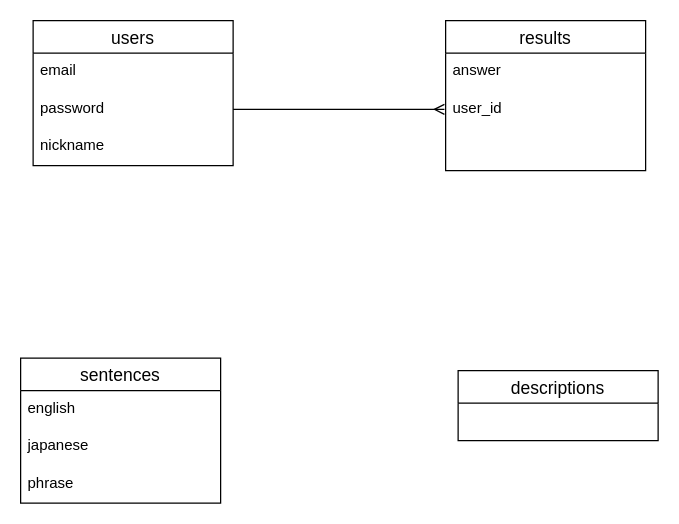
This is er_graphic.dio from yuta-git/flash_practice, a draw.io file, before an edit. Source tidied: cells renumbered, new cells numbered last; positions are measured from the earlier drawing's top-left corner, leaving out a move shared by most shapes. Both pictures are drawn from the tidied source at 125%, with x=0, y=0 at pixel (20, 20).
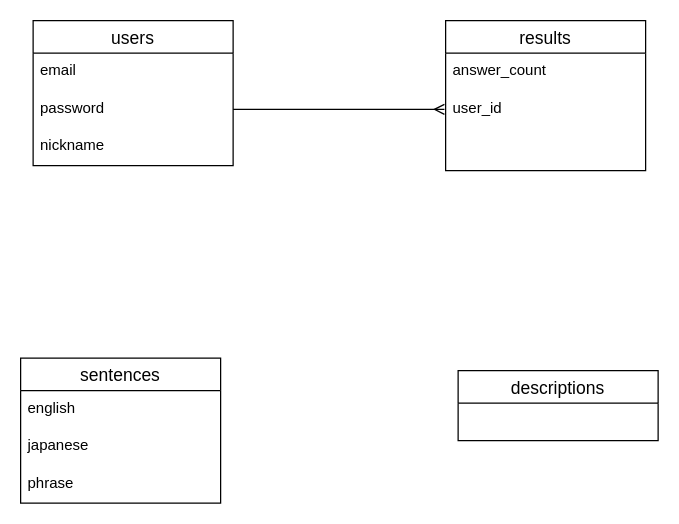
The same page after the edit.

Diff of the diagram source:
```diff
@@
 <mxGraphModel>
   <root>
     <mxCell id="0" />
     <mxCell id="1" parent="0" />
     <mxCell id="2" value="users" style="swimlane;fontStyle=0;horizontal=1;startSize=26;align=center;fontSize=14;" parent="1" vertex="1">
       <mxGeometry x="10" width="160" height="116" as="geometry" />
     </mxCell>
     <mxCell id="3" value="email&#10;&#10;" style="text;strokeColor=none;fillColor=none;spacingLeft=4;spacingRight=4;overflow=hidden;fontSize=12;" parent="2" vertex="1">
       <mxGeometry y="26" width="160" height="30" as="geometry" />
     </mxCell>
     <mxCell id="4" value="password" style="text;strokeColor=none;fillColor=none;spacingLeft=4;spacingRight=4;overflow=hidden;points=[[0,0.5],[1,0.5]];portConstraint=eastwest;fontSize=12;" parent="2" vertex="1">
       <mxGeometry y="56" width="160" height="30" as="geometry" />
     </mxCell>
     <mxCell id="5" value="nickname" style="text;strokeColor=none;fillColor=none;spacingLeft=4;spacingRight=4;overflow=hidden;fontSize=12;" parent="2" vertex="1">
       <mxGeometry y="86" width="160" height="30" as="geometry" />
     </mxCell>
     <mxCell id="6" value="results" style="swimlane;fontStyle=0;horizontal=1;startSize=26;align=center;fontSize=14;" parent="1" vertex="1">
       <mxGeometry x="340" width="160" height="120" as="geometry" />
     </mxCell>
-    <mxCell id="7" value="answer" style="text;strokeColor=none;fillColor=none;spacingLeft=4;spacingRight=4;overflow=hidden;fontSize=12;" parent="6" vertex="1">
+    <mxCell id="7" value="answer_count" style="text;strokeColor=none;fillColor=none;spacingLeft=4;spacingRight=4;overflow=hidden;fontSize=12;" parent="6" vertex="1">
       <mxGeometry y="26" width="160" height="30" as="geometry" />
     </mxCell>
     <mxCell id="8" value="user_id" style="text;strokeColor=none;fillColor=none;spacingLeft=4;spacingRight=4;overflow=hidden;points=[[0,0.5],[1,0.5]];portConstraint=eastwest;fontSize=12;" parent="6" vertex="1">
       <mxGeometry y="56" width="160" height="64" as="geometry" />
     </mxCell>
     <mxCell id="9" value="sentences" style="swimlane;fontStyle=0;horizontal=1;startSize=26;align=center;fontSize=14;" parent="1" vertex="1">
       <mxGeometry y="270" width="160" height="116" as="geometry" />
     </mxCell>
     <mxCell id="10" value="english&#10;" style="text;strokeColor=none;fillColor=none;spacingLeft=4;spacingRight=4;overflow=hidden;fontSize=12;" parent="9" vertex="1">
       <mxGeometry y="26" width="160" height="30" as="geometry" />
     </mxCell>
     <mxCell id="11" value="japanese" style="text;strokeColor=none;fillColor=none;spacingLeft=4;spacingRight=4;overflow=hidden;fontSize=12;" parent="9" vertex="1">
       <mxGeometry y="56" width="160" height="30" as="geometry" />
     </mxCell>
     <mxCell id="12" value="phrase" style="text;strokeColor=none;fillColor=none;spacingLeft=4;spacingRight=4;overflow=hidden;fontSize=12;" parent="9" vertex="1">
       <mxGeometry y="86" width="160" height="30" as="geometry" />
     </mxCell>
     <mxCell id="13" value="descriptions" style="swimlane;fontStyle=0;horizontal=1;startSize=26;align=center;fontSize=14;" parent="1" vertex="1">
       <mxGeometry x="350" y="280" width="160" height="56" as="geometry" />
     </mxCell>
     <mxCell id="14" style="edgeStyle=orthogonalEdgeStyle;rounded=0;jettySize=auto;html=1;exitX=1;exitY=0.5;exitDx=0;exitDy=0;entryX=-0.006;entryY=0.234;entryDx=0;entryDy=0;entryPerimeter=0;endArrow=ERmany;endFill=0;" parent="1" edge="1" source="4" target="8">
       <mxGeometry relative="1" as="geometry" />
     </mxCell>
   </root>
 </mxGraphModel>
```
